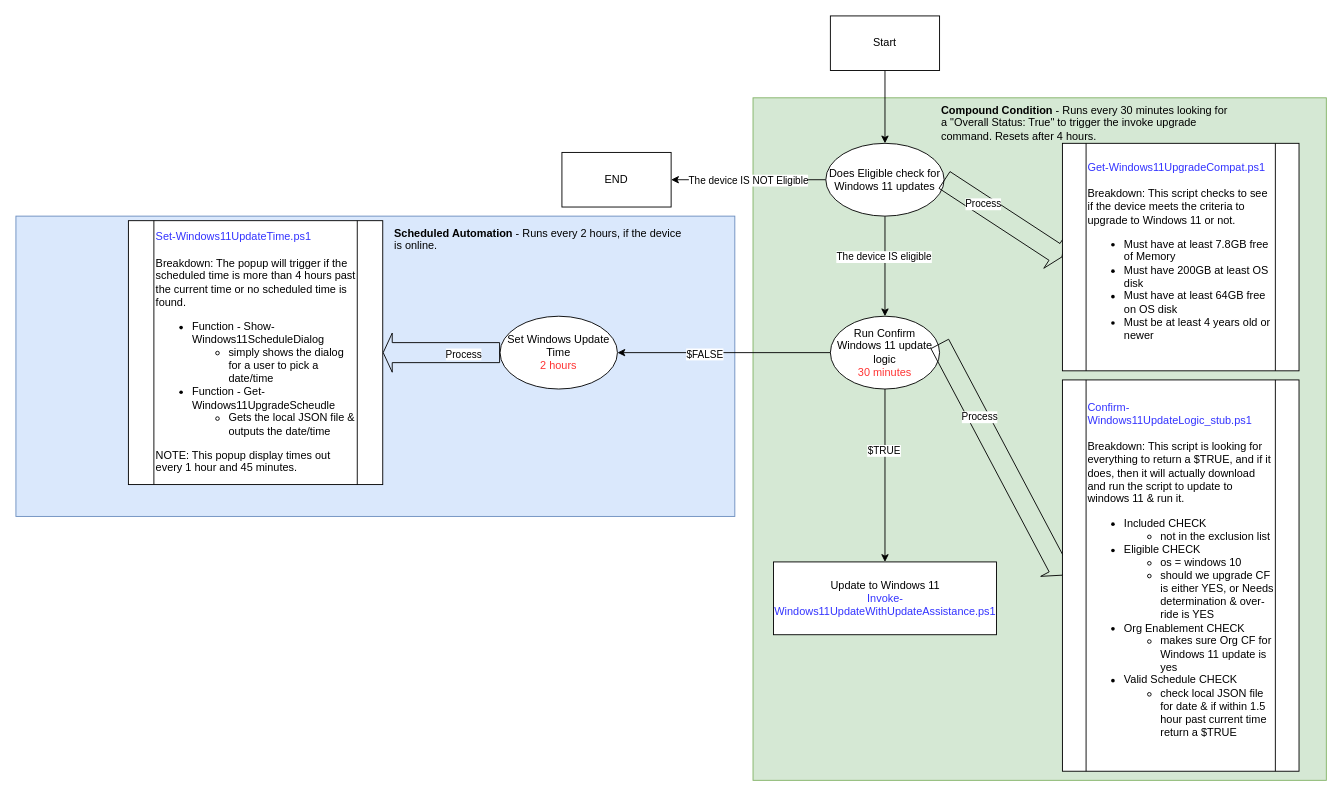
Above: Windows11/UpgradeEligibleWindows10Devices.drawio in nurollinsiii/Ninja_Scripts (draw.io), before the change. Source tidied: cells renumbered, new cells numbered last; positions are measured from the earlier drawing's top-left corner, leaving out a move shared by most shapes. Both pictures are drawn from the tidied source at 91%, with x=0, y=0 at pixel (15, 15).
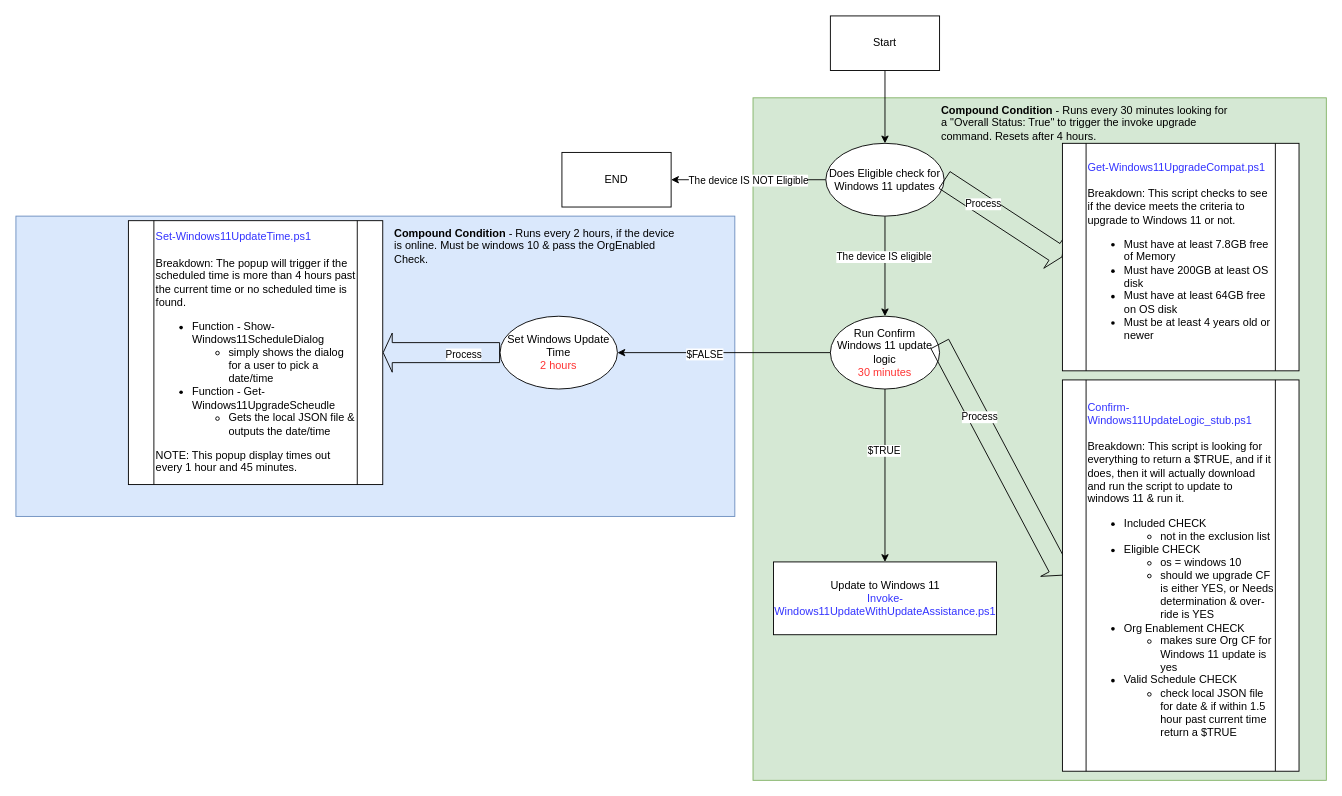
Above is the later version.

Diff of the diagram source:
```diff
@@
-    <mxCell id="26" value="&lt;b&gt;Scheduled Automation&lt;/b&gt;&amp;nbsp;- Runs every 2 hours, if the device is online." style="text;html=1;align=left;verticalAlign=top;whiteSpace=wrap;rounded=0;" parent="1" vertex="1">
+    <mxCell id="26" value="&lt;b&gt;Compound Condition&lt;/b&gt;&amp;nbsp;- Runs every 2 hours, if the device is online. Must be windows 10 &amp;amp; pass the OrgEnabled Check." style="text;html=1;align=left;verticalAlign=top;whiteSpace=wrap;rounded=0;" parent="1" vertex="1">
       <mxGeometry x="413.8" y="225" width="322.4" height="60" as="geometry" />
     </mxCell>
```
